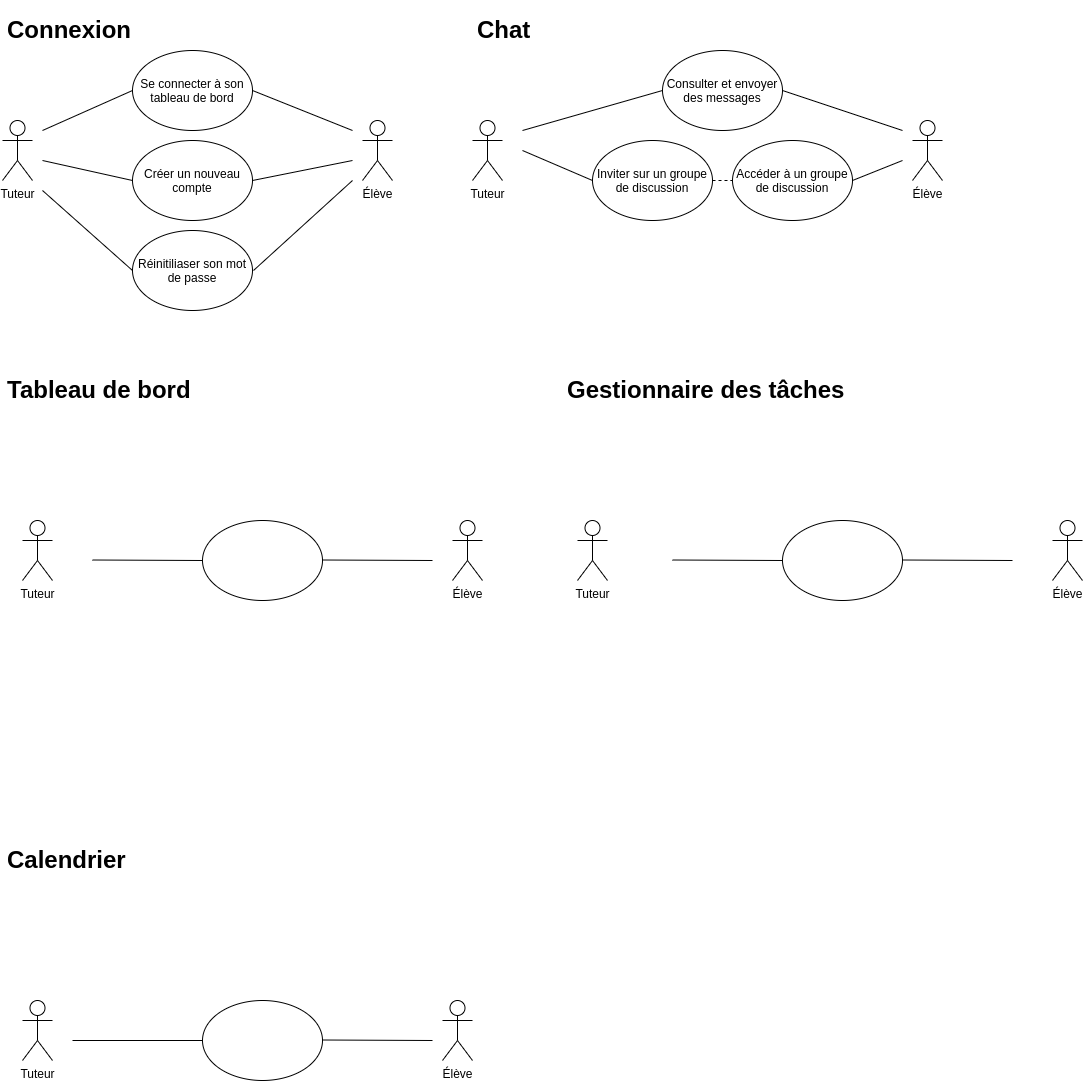
Earlier version of the draw.io export use_cases.drawio.png (josayko-courses/LearnAtHome). Source tidied: cells renumbered, new cells last; positions are measured from the earlier drawing's top-left corner, leaving out a move shared by most shapes.
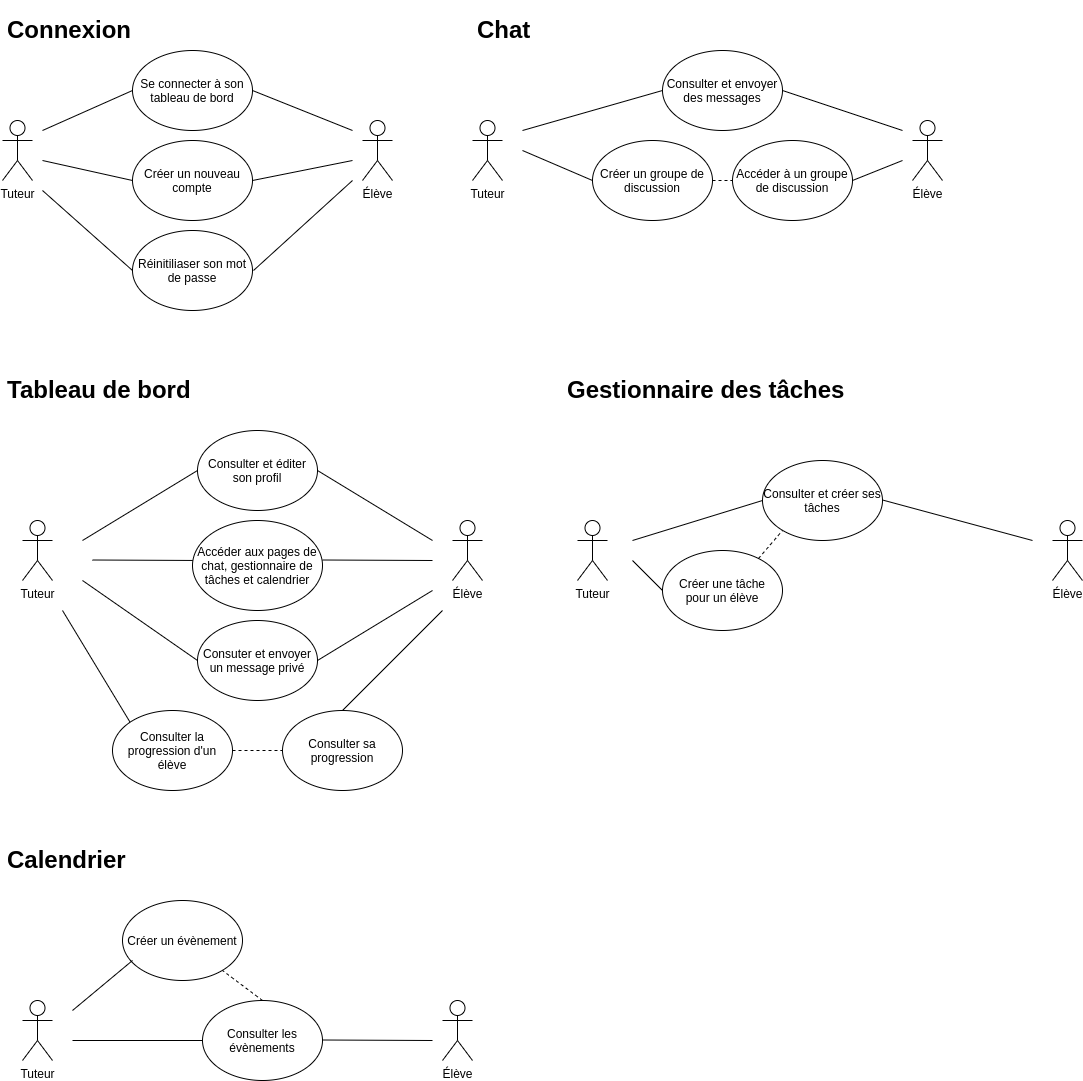
The same file after the commit.

The edit, as a diff of the source:
```diff
@@ -69,7 +69,7 @@
     <mxCell id="18" value="Accéder à un groupe de discussion" style="ellipse;whiteSpace=wrap;html=1;" parent="1" vertex="1">
       <mxGeometry x="730" y="130" width="120" height="80" as="geometry" />
     </mxCell>
-    <mxCell id="19" value="Inviter sur un groupe de discussion" style="ellipse;whiteSpace=wrap;html=1;" parent="1" vertex="1">
+    <mxCell id="19" value="Créer un groupe de discussion" style="ellipse;whiteSpace=wrap;html=1;" parent="1" vertex="1">
       <mxGeometry x="590" y="130" width="120" height="80" as="geometry" />
     </mxCell>
     <mxCell id="20" style="endArrow=none;dashed=1;html=1;entryX=0;entryY=0.5;entryDx=0;entryDy=0;exitX=1;exitY=0.5;exitDx=0;exitDy=0;" parent="1" edge="1" source="19">
@@ -124,16 +124,16 @@
     <mxCell id="32" value="Élève" style="shape=umlActor;verticalLabelPosition=bottom;verticalAlign=top;html=1;" parent="1" vertex="1">
       <mxGeometry x="1050" y="510" width="30" height="60" as="geometry" />
     </mxCell>
-    <mxCell id="33" style="ellipse;whiteSpace=wrap;html=1;" parent="1" vertex="1">
-      <mxGeometry x="200" y="510" width="120" height="80" as="geometry" />
+    <mxCell id="33" value="Consuter et envoyer un message privé" style="ellipse;whiteSpace=wrap;html=1;" parent="1" vertex="1">
+      <mxGeometry x="195" y="610" width="120" height="80" as="geometry" />
     </mxCell>
-    <mxCell id="34" style="ellipse;whiteSpace=wrap;html=1;" parent="1" vertex="1">
-      <mxGeometry x="780" y="510" width="120" height="80" as="geometry" />
+    <mxCell id="34" value="Créer une tâche&lt;br&gt;pour un élève" style="ellipse;whiteSpace=wrap;html=1;" parent="1" vertex="1">
+      <mxGeometry x="660" y="540" width="120" height="80" as="geometry" />
     </mxCell>
     <mxCell id="35" value="Élève" style="shape=umlActor;verticalLabelPosition=bottom;verticalAlign=top;html=1;" parent="1" vertex="1">
       <mxGeometry x="440" y="990" width="30" height="60" as="geometry" />
     </mxCell>
-    <mxCell id="36" style="ellipse;whiteSpace=wrap;html=1;" parent="1" vertex="1">
+    <mxCell id="36" value="Consulter les évènements" style="ellipse;whiteSpace=wrap;html=1;" parent="1" vertex="1">
       <mxGeometry x="200" y="990" width="120" height="80" as="geometry" />
     </mxCell>
     <mxCell id="37" style="endArrow=none;html=1;entryX=0;entryY=0.5;entryDx=0;entryDy=0;" parent="1" edge="1" target="36">
@@ -161,15 +161,91 @@
     </mxCell>
     <mxCell id="41" style="endArrow=none;html=1;" parent="1" edge="1">
       <mxGeometry relative="1" as="geometry">
-        <mxPoint x="670" y="549.5" as="sourcePoint" />
-        <mxPoint x="780" y="550" as="targetPoint" />
+        <mxPoint x="630" y="530" as="sourcePoint" />
+        <mxPoint x="760" y="490" as="targetPoint" />
       </mxGeometry>
     </mxCell>
     <mxCell id="42" style="endArrow=none;html=1;" parent="1" edge="1">
       <mxGeometry relative="1" as="geometry">
-        <mxPoint x="900" y="549.5" as="sourcePoint" />
-        <mxPoint x="1010" y="550" as="targetPoint" />
+        <mxPoint x="880" y="489.5" as="sourcePoint" />
+        <mxPoint x="1030" y="530" as="targetPoint" />
       </mxGeometry>
     </mxCell>
+    <mxCell id="43" value="Consulter et créer ses tâches" style="ellipse;whiteSpace=wrap;html=1;" parent="1" vertex="1">
+      <mxGeometry x="760" y="450" width="120" height="80" as="geometry" />
+    </mxCell>
+    <mxCell id="44" style="endArrow=none;html=1;exitX=0;exitY=0.5;exitDx=0;exitDy=0;" parent="1" edge="1" source="34">
+      <mxGeometry relative="1" as="geometry">
+        <mxPoint x="630" y="550" as="targetPoint" />
+      </mxGeometry>
+    </mxCell>
+    <mxCell id="45" style="endArrow=none;dashed=1;html=1;exitX=0.8;exitY=0.1;exitDx=0;exitDy=0;exitPerimeter=0;" parent="1" edge="1" source="34">
+      <mxGeometry relative="1" as="geometry">
+        <mxPoint x="780" y="520" as="targetPoint" />
+      </mxGeometry>
+    </mxCell>
+    <mxCell id="46" value="Consulter et éditer son profil" style="ellipse;whiteSpace=wrap;html=1;" parent="1" vertex="1">
+      <mxGeometry x="195" y="420" width="120" height="80" as="geometry" />
+    </mxCell>
+    <mxCell id="47" value="Accéder aux pages de chat, gestionnaire de tâches et calendrier" style="ellipse;whiteSpace=wrap;html=1;" parent="1" vertex="1">
+      <mxGeometry x="190" y="510" width="130" height="90" as="geometry" />
+    </mxCell>
+    <mxCell id="48" value="Créer un évènement" style="ellipse;whiteSpace=wrap;html=1;" parent="1" vertex="1">
+      <mxGeometry x="120" y="890" width="120" height="80" as="geometry" />
+    </mxCell>
+    <mxCell id="49" style="endArrow=none;html=1;" parent="1" edge="1">
+      <mxGeometry relative="1" as="geometry">
+        <mxPoint x="70" y="1000" as="sourcePoint" />
+        <mxPoint x="130" y="950" as="targetPoint" />
+      </mxGeometry>
+    </mxCell>
+    <mxCell id="50" style="endArrow=none;dashed=1;html=1;" parent="1" edge="1">
+      <mxGeometry relative="1" as="geometry">
+        <mxPoint x="260" y="990" as="sourcePoint" />
+        <mxPoint x="220" y="960" as="targetPoint" />
+      </mxGeometry>
+    </mxCell>
+    <mxCell id="51" value="Consulter sa progression" style="ellipse;whiteSpace=wrap;html=1;" parent="1" vertex="1">
+      <mxGeometry x="280" y="700" width="120" height="80" as="geometry" />
+    </mxCell>
+    <mxCell id="52" value="Consulter la progression d'un élève" style="ellipse;whiteSpace=wrap;html=1;" parent="1" vertex="1">
+      <mxGeometry x="110" y="700" width="120" height="80" as="geometry" />
+    </mxCell>
+    <mxCell id="53" style="endArrow=none;html=1;exitX=1;exitY=0.5;exitDx=0;exitDy=0;" parent="1" edge="1" source="46">
+      <mxGeometry relative="1" as="geometry">
+        <mxPoint x="430" y="530" as="targetPoint" />
+      </mxGeometry>
+    </mxCell>
+    <mxCell id="54" style="endArrow=none;html=1;entryX=0;entryY=0.5;entryDx=0;entryDy=0;" parent="1" edge="1" target="46">
+      <mxGeometry relative="1" as="geometry">
+        <mxPoint x="80" y="530" as="sourcePoint" />
+      </mxGeometry>
+    </mxCell>
+    <mxCell id="55" style="endArrow=none;html=1;entryX=0;entryY=0.5;entryDx=0;entryDy=0;" parent="1" edge="1">
+      <mxGeometry relative="1" as="geometry">
+        <mxPoint x="80" y="570" as="sourcePoint" />
+        <mxPoint x="195" y="650" as="targetPoint" />
+      </mxGeometry>
+    </mxCell>
+    <mxCell id="56" style="endArrow=none;html=1;exitX=1;exitY=0.5;exitDx=0;exitDy=0;" parent="1" edge="1" source="33">
+      <mxGeometry relative="1" as="geometry">
+        <mxPoint x="430" y="580" as="targetPoint" />
+      </mxGeometry>
+    </mxCell>
+    <mxCell id="57" style="endArrow=none;html=1;exitX=0.5;exitY=0;exitDx=0;exitDy=0;" parent="1" edge="1" source="51">
+      <mxGeometry relative="1" as="geometry">
+        <mxPoint x="440" y="600" as="targetPoint" />
+      </mxGeometry>
+    </mxCell>
+    <mxCell id="58" style="endArrow=none;dashed=1;html=1;entryX=0;entryY=0.5;entryDx=0;entryDy=0;" parent="1" edge="1" target="51">
+      <mxGeometry relative="1" as="geometry">
+        <mxPoint x="230" y="740" as="sourcePoint" />
+      </mxGeometry>
+    </mxCell>
+    <mxCell id="59" style="endArrow=none;html=1;exitX=0;exitY=0;exitDx=0;exitDy=0;" parent="1" edge="1" source="52">
+      <mxGeometry relative="1" as="geometry">
+        <mxPoint x="60" y="600" as="targetPoint" />
+      </mxGeometry>
+    </mxCell>
   </root>
 </mxGraphModel>
```
